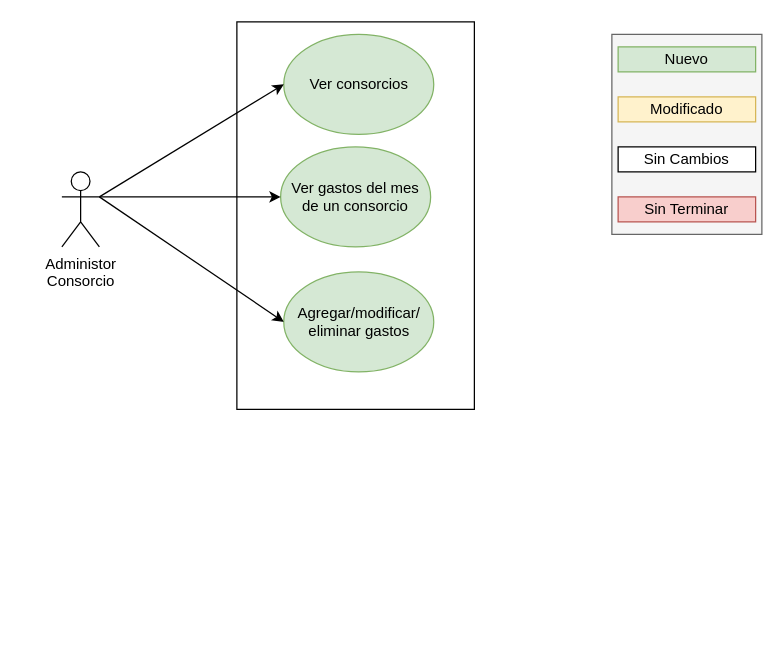
fbritez/consorcio-unido keeps this draw.io diagram as united-consortium-doc/use-cases-sources/use-cases.drawio. Above is the earlier version. Source tidied: cells renumbered, new cells numbered last; positions are measured from the earlier drawing's top-left corner, leaving out a move shared by most shapes. Both pictures are drawn from the tidied source at 125%, with x=0, y=0 at pixel (61, 21).
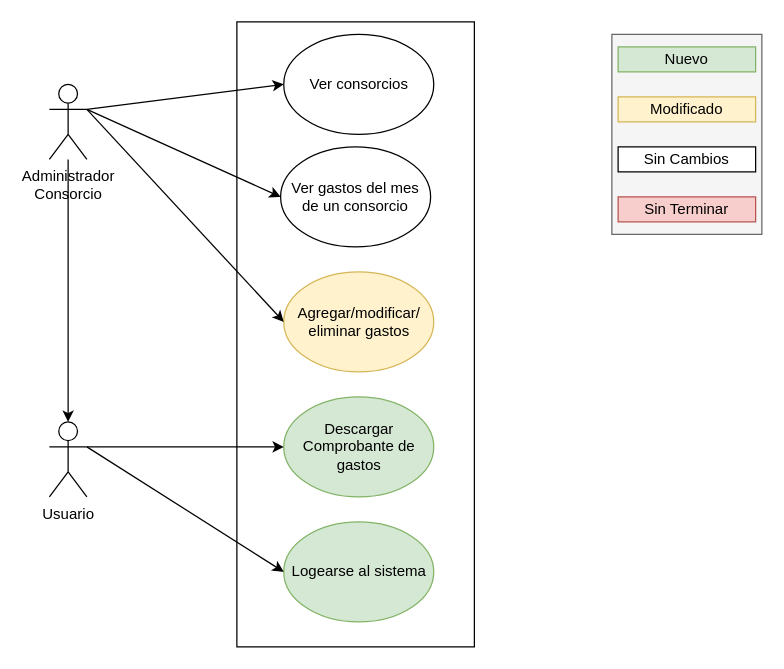
The same diagram, later.

Change to the diagram source:
```diff
@@
     <mxCell id="2" style="rounded=0;whiteSpace=wrap;html=1;" parent="1" vertex="1">
-      <mxGeometry x="140" width="190" height="310" as="geometry" />
+      <mxGeometry x="140" width="190" height="500" as="geometry" />
     </mxCell>
+    <mxCell id="15" style="edgeStyle=orthogonalEdgeStyle;rounded=0;jettySize=auto;html=1;entryX=0.5;entryY=0;entryDx=0;entryDy=0;entryPerimeter=0;" parent="1" edge="1" source="3" target="20">
+      <mxGeometry relative="1" as="geometry" />
+    </mxCell>
-    <mxCell id="3" value="Administor&lt;br&gt;Consorcio" style="shape=umlActor;verticalLabelPosition=bottom;verticalAlign=top;html=1;outlineConnect=0;" parent="1" vertex="1">
-      <mxGeometry y="120" width="30" height="60" as="geometry" />
+    <mxCell id="3" value="Administrador&lt;br&gt;Consorcio" style="shape=umlActor;verticalLabelPosition=bottom;verticalAlign=top;html=1;outlineConnect=0;" parent="1" vertex="1">
+      <mxGeometry x="-10" y="50" width="30" height="60" as="geometry" />
     </mxCell>
-    <mxCell id="4" value="Ver consorcios" style="ellipse;whiteSpace=wrap;html=1;fillColor=#d5e8d4;strokeColor=#82b366;" parent="1" vertex="1">
+    <mxCell id="4" value="Ver consorcios" style="ellipse;whiteSpace=wrap;html=1;" parent="1" vertex="1">
       <mxGeometry x="177.5" y="10" width="120" height="80" as="geometry" />
     </mxCell>
@@
-    <mxCell id="6" value="Ver gastos del mes&lt;br&gt;de un consorcio" style="ellipse;whiteSpace=wrap;html=1;fillColor=#d5e8d4;strokeColor=#82b366;" parent="1" vertex="1">
+    <mxCell id="6" value="Ver gastos del mes&lt;br&gt;de un consorcio" style="ellipse;whiteSpace=wrap;html=1;" parent="1" vertex="1">
       <mxGeometry x="175" y="100" width="120" height="80" as="geometry" />
     </mxCell>
-    <mxCell id="7" style="endArrow=classic;html=1;entryX=0;entryY=0.5;entryDx=0;entryDy=0;" parent="1" edge="1" target="6">
-      <mxGeometry relative="1" as="geometry">
-        <mxPoint x="30" y="140" as="sourcePoint" />
-      </mxGeometry>
+    <mxCell id="7" style="endArrow=classic;html=1;entryX=0;entryY=0.5;entryDx=0;entryDy=0;exitX=1;exitY=0.3333333333333333;exitDx=0;exitDy=0;exitPerimeter=0;" parent="1" edge="1" source="3" target="6">
+      <mxGeometry relative="1" as="geometry" />
     </mxCell>
-    <mxCell id="8" value="Agregar/modificar/&lt;br&gt;eliminar gastos" style="ellipse;whiteSpace=wrap;html=1;fillColor=#d5e8d4;strokeColor=#82b366;" parent="1" vertex="1">
+    <mxCell id="8" value="Agregar/modificar/&lt;br&gt;eliminar gastos" style="ellipse;whiteSpace=wrap;html=1;fillColor=#fff2cc;strokeColor=#d6b656;" parent="1" vertex="1">
       <mxGeometry x="177.5" y="200" width="120" height="80" as="geometry" />
     </mxCell>
@@
+    <mxCell id="16" value="Descargar Comprobante de gastos" style="ellipse;whiteSpace=wrap;html=1;fillColor=#d5e8d4;strokeColor=#82b366;" parent="1" vertex="1">
+      <mxGeometry x="177.5" y="300" width="120" height="80" as="geometry" />
+    </mxCell>
+    <mxCell id="17" value="Logearse al sistema" style="ellipse;whiteSpace=wrap;html=1;fillColor=#d5e8d4;strokeColor=#82b366;" parent="1" vertex="1">
+      <mxGeometry x="177.5" y="400" width="120" height="80" as="geometry" />
+    </mxCell>
+    <mxCell id="18" style="endArrow=classic;html=1;entryX=0;entryY=0.5;entryDx=0;entryDy=0;exitX=1;exitY=0.3333333333333333;exitDx=0;exitDy=0;exitPerimeter=0;" parent="1" edge="1" source="20" target="16">
+      <mxGeometry relative="1" as="geometry" />
+    </mxCell>
+    <mxCell id="19" style="endArrow=classic;html=1;entryX=0;entryY=0.5;entryDx=0;entryDy=0;exitX=1;exitY=0.333;exitDx=0;exitDy=0;exitPerimeter=0;" parent="1" edge="1" source="20" target="17">
+      <mxGeometry relative="1" as="geometry" />
+    </mxCell>
+    <mxCell id="20" value="Usuario" style="shape=umlActor;verticalLabelPosition=bottom;verticalAlign=top;html=1;outlineConnect=0;" parent="1" vertex="1">
+      <mxGeometry x="-10" y="320" width="30" height="60" as="geometry" />
+    </mxCell>
```
